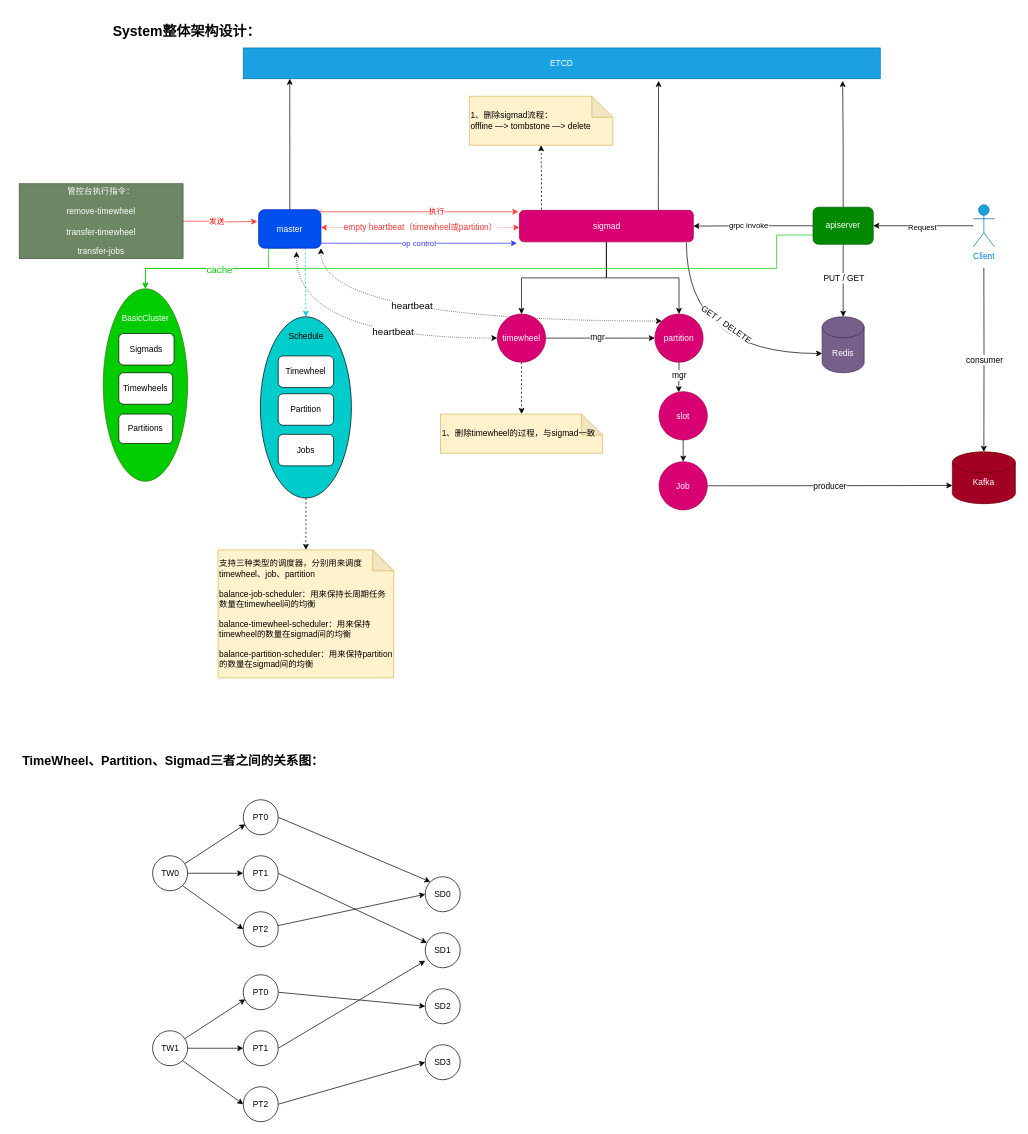
Above: sigmax.drawio in gitcodeporter/draw-uml (draw.io), before the change. Source tidied: cells renumbered, new cells numbered last; positions are measured from the earlier drawing's top-left corner, leaving out a move shared by most shapes. Both pictures are drawn from the tidied source at 70%, with x=0, y=0 at pixel (12, 12).
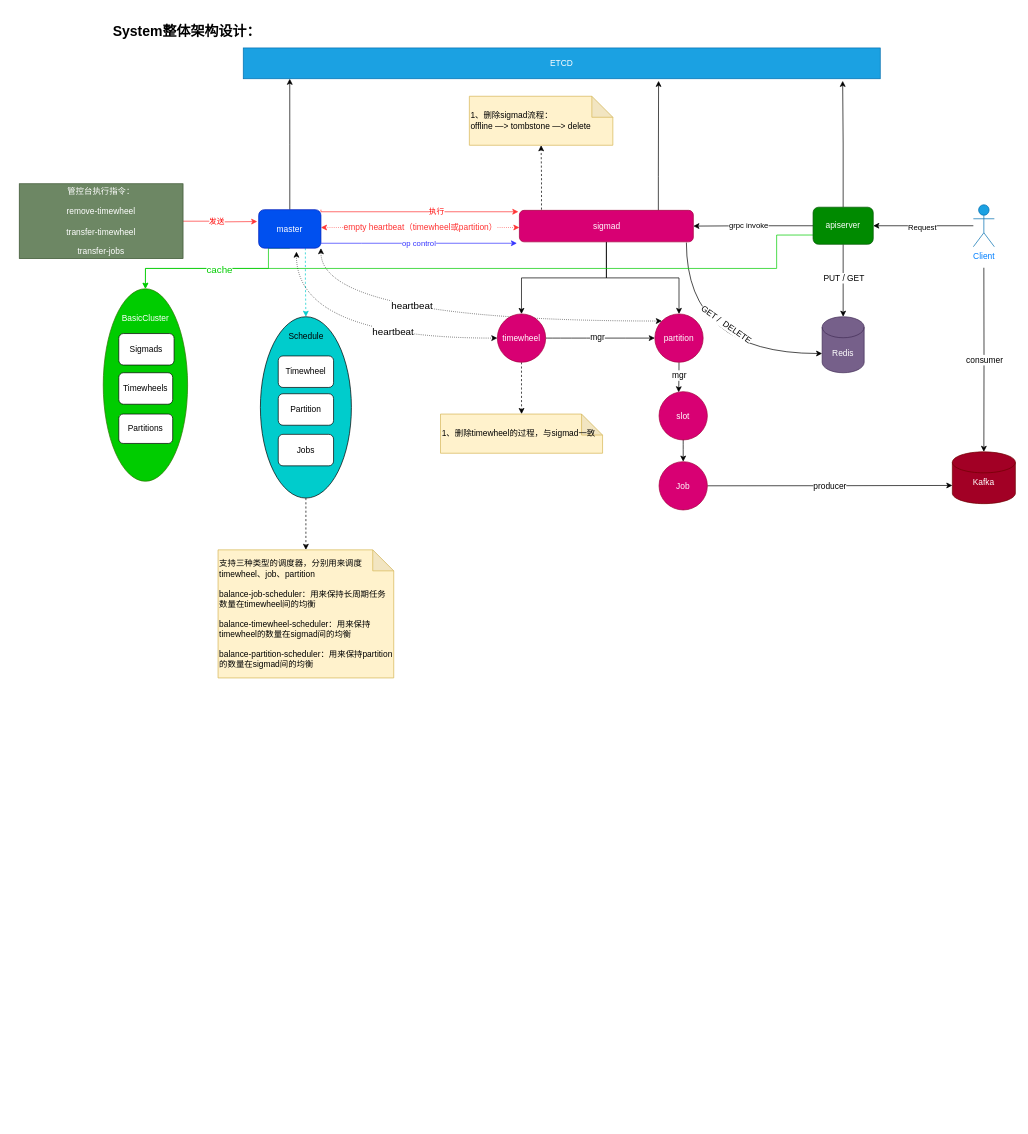
The same diagram, later.

Diff of the diagram source:
```diff
@@
-    <mxCell id="64" style="edgeStyle=none;rounded=0;jettySize=auto;html=1;entryX=0.06;entryY=0.7;entryDx=0;entryDy=0;entryPerimeter=0;fontSize=12;fontColor=#000000;startArrow=none;startFill=0;strokeColor=#000000;" parent="1" edge="1" source="67" target="69">
-      <mxGeometry relative="1" as="geometry" />
-    </mxCell>
-    <mxCell id="65" style="edgeStyle=none;rounded=0;jettySize=auto;html=1;entryX=0;entryY=0.5;entryDx=0;entryDy=0;fontSize=12;fontColor=#000000;startArrow=none;startFill=0;strokeColor=#000000;" parent="1" edge="1" source="67" target="71">
-      <mxGeometry relative="1" as="geometry" />
-    </mxCell>
-    <mxCell id="66" style="edgeStyle=none;rounded=0;jettySize=auto;html=1;exitX=1;exitY=1;exitDx=0;exitDy=0;entryX=0;entryY=0.5;entryDx=0;entryDy=0;fontSize=12;fontColor=#000000;startArrow=none;startFill=0;strokeColor=#000000;" parent="1" edge="1" source="67" target="73">
-      <mxGeometry relative="1" as="geometry" />
-    </mxCell>
-    <mxCell id="67" value="TW0" style="ellipse;whiteSpace=wrap;html=1;fontSize=12;align=center;verticalAlign=middle;" parent="1" vertex="1">
-      <mxGeometry x="200.5" y="1205" width="50" height="50" as="geometry" />
-    </mxCell>
-    <mxCell id="68" style="edgeStyle=none;rounded=0;jettySize=auto;html=1;exitX=1;exitY=0.5;exitDx=0;exitDy=0;entryX=0;entryY=0;entryDx=0;entryDy=0;fontSize=12;fontColor=#000000;startArrow=none;startFill=0;strokeColor=#000000;" parent="1" edge="1" source="69" target="87">
-      <mxGeometry relative="1" as="geometry" />
-    </mxCell>
-    <mxCell id="69" value="PT0" style="ellipse;whiteSpace=wrap;html=1;fontSize=12;align=center;verticalAlign=middle;" parent="1" vertex="1">
-      <mxGeometry x="330" y="1125" width="50" height="50" as="geometry" />
-    </mxCell>
-    <mxCell id="70" style="edgeStyle=none;rounded=0;jettySize=auto;html=1;exitX=1;exitY=0.5;exitDx=0;exitDy=0;fontSize=12;fontColor=#000000;startArrow=none;startFill=0;strokeColor=#000000;" parent="1" edge="1" source="71" target="74">
-      <mxGeometry relative="1" as="geometry" />
-    </mxCell>
-    <mxCell id="71" value="PT1" style="ellipse;whiteSpace=wrap;html=1;fontSize=12;align=center;verticalAlign=middle;" parent="1" vertex="1">
-      <mxGeometry x="330" y="1205" width="50" height="50" as="geometry" />
-    </mxCell>
-    <mxCell id="72" style="edgeStyle=none;rounded=0;jettySize=auto;html=1;entryX=0;entryY=0.5;entryDx=0;entryDy=0;fontSize=12;fontColor=#000000;startArrow=none;startFill=0;strokeColor=#000000;" parent="1" edge="1" source="73" target="87">
-      <mxGeometry relative="1" as="geometry" />
-    </mxCell>
-    <mxCell id="73" value="PT2" style="ellipse;whiteSpace=wrap;html=1;fontSize=12;align=center;verticalAlign=middle;" parent="1" vertex="1">
-      <mxGeometry x="330" y="1285" width="50" height="50" as="geometry" />
-    </mxCell>
-    <mxCell id="74" value="SD1" style="ellipse;whiteSpace=wrap;html=1;fontSize=12;align=center;verticalAlign=middle;" parent="1" vertex="1">
-      <mxGeometry x="590" y="1315" width="50" height="50" as="geometry" />
-    </mxCell>
-    <mxCell id="75" value="SD2" style="ellipse;whiteSpace=wrap;html=1;fontSize=12;align=center;verticalAlign=middle;" parent="1" vertex="1">
-      <mxGeometry x="590" y="1395" width="50" height="50" as="geometry" />
-    </mxCell>
-    <mxCell id="76" value="SD3" style="ellipse;whiteSpace=wrap;html=1;fontSize=12;align=center;verticalAlign=middle;" parent="1" vertex="1">
-      <mxGeometry x="590" y="1475" width="50" height="50" as="geometry" />
-    </mxCell>
-    <mxCell id="77" style="edgeStyle=none;rounded=0;jettySize=auto;html=1;entryX=0.06;entryY=0.7;entryDx=0;entryDy=0;entryPerimeter=0;fontSize=12;fontColor=#000000;startArrow=none;startFill=0;strokeColor=#000000;" parent="1" edge="1" source="80" target="82">
-      <mxGeometry relative="1" as="geometry" />
-    </mxCell>
-    <mxCell id="78" style="edgeStyle=none;rounded=0;jettySize=auto;html=1;entryX=0;entryY=0.5;entryDx=0;entryDy=0;fontSize=12;fontColor=#000000;startArrow=none;startFill=0;strokeColor=#000000;" parent="1" edge="1" source="80" target="84">
-      <mxGeometry relative="1" as="geometry" />
-    </mxCell>
-    <mxCell id="79" style="edgeStyle=none;rounded=0;jettySize=auto;html=1;exitX=1;exitY=1;exitDx=0;exitDy=0;entryX=0;entryY=0.5;entryDx=0;entryDy=0;fontSize=12;fontColor=#000000;startArrow=none;startFill=0;strokeColor=#000000;" parent="1" edge="1" source="80" target="86">
-      <mxGeometry relative="1" as="geometry" />
-    </mxCell>
-    <mxCell id="80" value="TW1" style="ellipse;whiteSpace=wrap;html=1;fontSize=12;align=center;verticalAlign=middle;" parent="1" vertex="1">
-      <mxGeometry x="200.5" y="1455" width="50" height="50" as="geometry" />
-    </mxCell>
-    <mxCell id="81" style="edgeStyle=none;rounded=0;jettySize=auto;html=1;exitX=1;exitY=0.5;exitDx=0;exitDy=0;entryX=0;entryY=0.5;entryDx=0;entryDy=0;fontSize=12;fontColor=#000000;startArrow=none;startFill=0;strokeColor=#000000;" parent="1" edge="1" source="82" target="75">
-      <mxGeometry relative="1" as="geometry" />
-    </mxCell>
-    <mxCell id="82" value="PT0" style="ellipse;whiteSpace=wrap;html=1;fontSize=12;align=center;verticalAlign=middle;" parent="1" vertex="1">
-      <mxGeometry x="330" y="1375" width="50" height="50" as="geometry" />
-    </mxCell>
-    <mxCell id="83" style="edgeStyle=none;rounded=0;jettySize=auto;html=1;exitX=1;exitY=0.5;exitDx=0;exitDy=0;entryX=0;entryY=0.8;entryDx=0;entryDy=0;entryPerimeter=0;fontSize=12;fontColor=#000000;startArrow=none;startFill=0;strokeColor=#000000;" parent="1" edge="1" source="84" target="74">
-      <mxGeometry relative="1" as="geometry" />
-    </mxCell>
-    <mxCell id="84" value="PT1" style="ellipse;whiteSpace=wrap;html=1;fontSize=12;align=center;verticalAlign=middle;" parent="1" vertex="1">
-      <mxGeometry x="330" y="1455" width="50" height="50" as="geometry" />
-    </mxCell>
-    <mxCell id="85" style="edgeStyle=none;rounded=0;jettySize=auto;html=1;exitX=1;exitY=0.5;exitDx=0;exitDy=0;entryX=0;entryY=0.5;entryDx=0;entryDy=0;fontSize=12;fontColor=#000000;startArrow=none;startFill=0;strokeColor=#000000;" parent="1" edge="1" source="86" target="76">
-      <mxGeometry relative="1" as="geometry" />
-    </mxCell>
-    <mxCell id="86" value="PT2" style="ellipse;whiteSpace=wrap;html=1;fontSize=12;align=center;verticalAlign=middle;" parent="1" vertex="1">
-      <mxGeometry x="330" y="1535" width="50" height="50" as="geometry" />
-    </mxCell>
-    <mxCell id="87" value="SD0" style="ellipse;whiteSpace=wrap;html=1;fontSize=12;align=center;verticalAlign=middle;" parent="1" vertex="1">
-      <mxGeometry x="590" y="1235" width="50" height="50" as="geometry" />
-    </mxCell>
-    <mxCell id="88" value="TimeWheel、Partition、Sigmad三者之间的关系图：" style="text;html=1;strokeColor=none;fillColor=none;align=center;verticalAlign=middle;whiteSpace=wrap;rounded=0;fontSize=18;fontColor=#000000;fontStyle=1;" parent="1" vertex="1">
-      <mxGeometry x="-0.2" y="1045" width="460.2" height="50" as="geometry" />
-    </mxCell>
```
